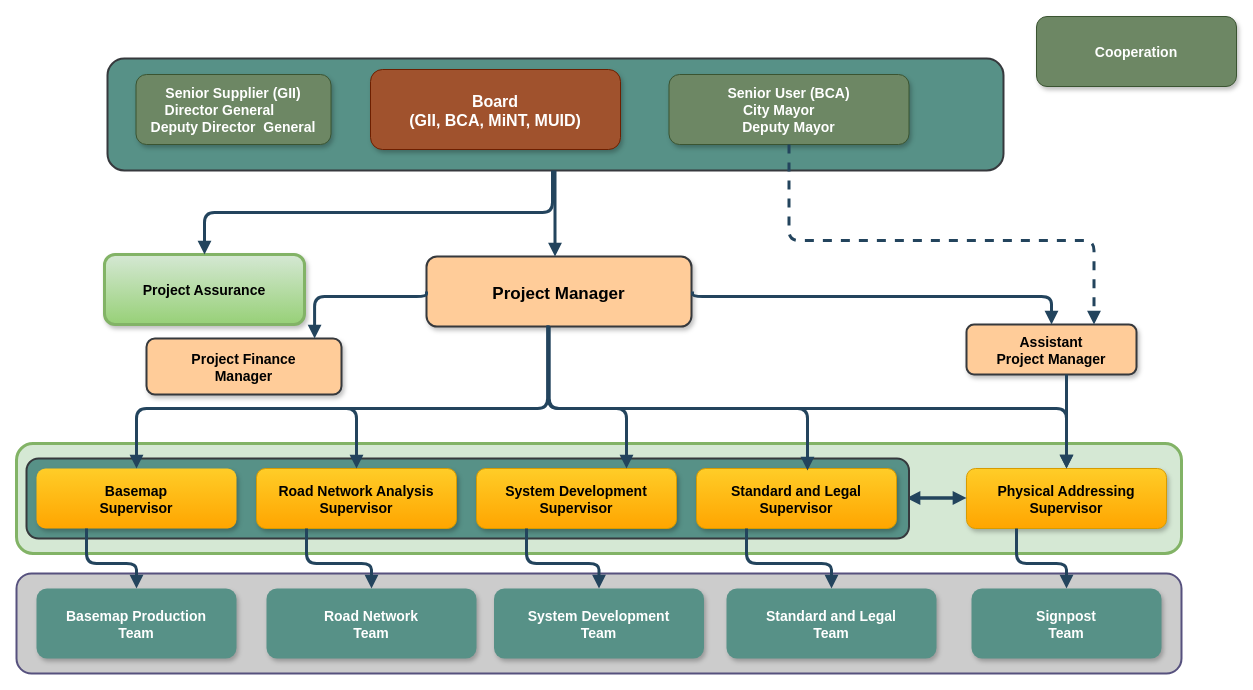
The draw.io diagram page "Page-2" (2 of 3) of Untitled Diagram.drawio in abersh/Devops_Engineer, before the edit. Source tidied: cells renumbered, new cells numbered last; positions are measured from the earlier drawing's top-left corner, leaving out a move shared by most shapes. Both pictures are drawn from the tidied source at 100%, with x=0, y=0 at pixel (-24, 16).
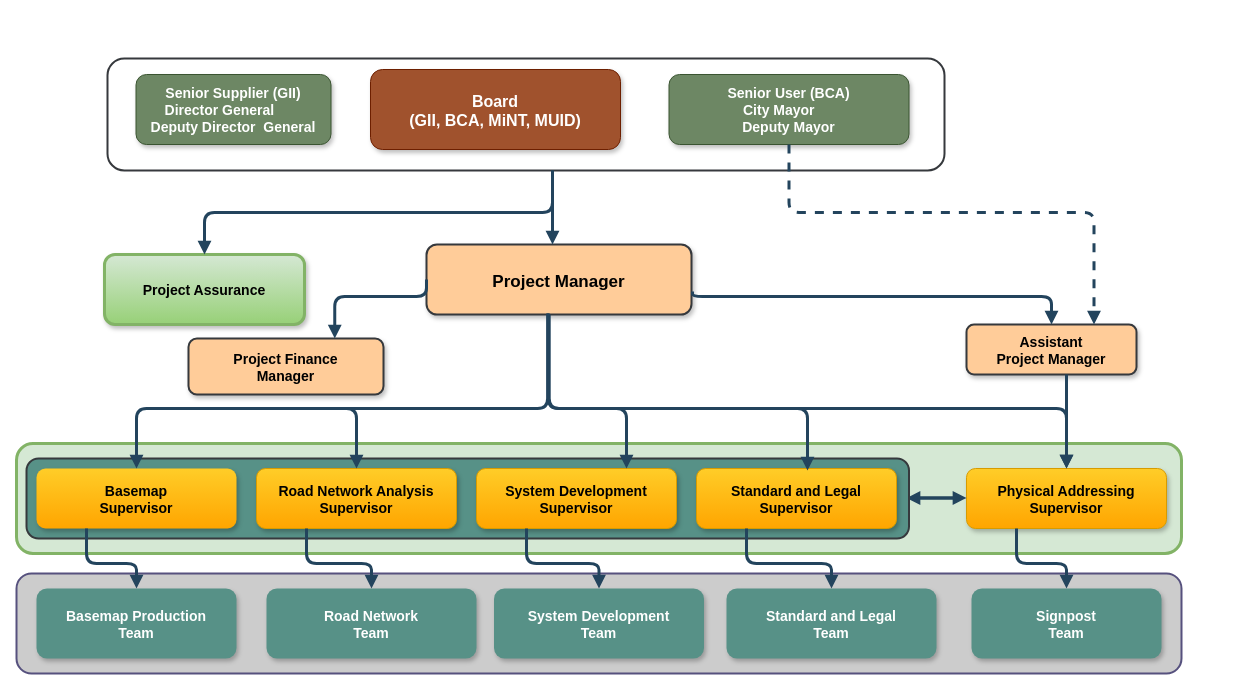
The same page after the edit.

The change refers to these unchanged cells:
```xml
<mxCell id="4" value="Assistant &#10;Project Manager " style="rounded=1;fillColor=#ffcc99;strokeColor=#36393d;shadow=1;fontStyle=1;fontSize=14;strokeWidth=2;" parent="1" vertex="1">
  <mxGeometry x="990" y="308" width="170" height="50" as="geometry" />
</mxCell>
<mxCell id="34" value="Senior User (BCA)&#10;City Mayor      &#10;Deputy Mayor" style="rounded=1;fillColor=#6d8764;strokeColor=#3A5431;shadow=1;fontStyle=1;fontSize=14;fontColor=#ffffff;" parent="1" vertex="1">
  <mxGeometry x="692.5" y="58" width="240" height="70" as="geometry" />
</mxCell>
```

Diff of the diagram source:
```diff
@@
     <mxCell id="2" value="Project Manager " style="rounded=1;fillColor=#ffcc99;strokeColor=#36393d;shadow=1;fontStyle=1;fontSize=17;strokeWidth=2;" parent="1" vertex="1">
-      <mxGeometry x="450" y="240" width="265" height="70" as="geometry" />
+      <mxGeometry x="450" y="228" width="265" height="70" as="geometry" />
     </mxCell>
-    <mxCell id="3" value="Cooperation" style="rounded=1;fillColor=#6d8764;strokeColor=#3A5431;shadow=1;fontStyle=1;fontSize=14;fontColor=#ffffff;" parent="1" vertex="1">
-      <mxGeometry x="1060" width="200" height="70" as="geometry" />
-    </mxCell>
@@
-    <mxCell id="32" style="rounded=1;whiteSpace=wrap;html=1;labelBackgroundColor=default;fontSize=16;fillColor=#579187;strokeColor=#36393d;strokeWidth=2;" parent="1" vertex="1">
-      <mxGeometry x="131" y="42" width="896" height="112" as="geometry" />
+    <mxCell id="32" style="rounded=1;whiteSpace=wrap;html=1;labelBackgroundColor=default;fontSize=16;fillColor=#FFFFFF;strokeColor=#36393d;strokeWidth=2;" parent="1" vertex="1">
+      <mxGeometry x="131" y="42" width="837" height="112" as="geometry" />
     </mxCell>
     <mxCell id="33" value="Project Finance &#10;Manager " style="rounded=1;fillColor=#ffcc99;strokeColor=#36393d;shadow=1;fontStyle=1;fontSize=14;strokeWidth=2;" parent="1" vertex="1">
-      <mxGeometry x="170" y="322" width="195" height="56" as="geometry" />
+      <mxGeometry x="212" y="322" width="195" height="56" as="geometry" />
     </mxCell>
@@
     <mxCell id="37" style="edgeStyle=elbowEdgeStyle;elbow=vertical;strokeWidth=3;endArrow=block;endFill=1;fontStyle=1;dashed=1;strokeColor=#23445D;exitX=0.5;exitY=1;exitDx=0;exitDy=0;entryX=0.75;entryY=0;entryDx=0;entryDy=0;" parent="1" edge="1" source="34" target="4">
       <mxGeometry x="398" y="336.5" as="geometry">
         <Array as="points">
-          <mxPoint x="1108" y="224" />
+          <mxPoint x="954" y="196" />
           <mxPoint x="1038" y="182" />
           <mxPoint x="1444" y="168" />
           <mxPoint x="1430" y="168" />
           <mxPoint x="1374" y="168" />
           <mxPoint x="1556" y="112" />
           <mxPoint x="1466" y="112" />
           <mxPoint x="1476" y="42" />
           <mxPoint x="1536" y="12" />
           <mxPoint x="1346" y="112" />
           <mxPoint x="1356" y="102" />
           <mxPoint x="1686" y="92" />
           <mxPoint x="1676" y="102" />
           <mxPoint x="1806" y="247" />
           <mxPoint x="1756" y="247" />
           <mxPoint x="1626" y="247" />
         </Array>
       </mxGeometry>
     </mxCell>
-    <mxCell id="38" value="Project Assurance" style="rounded=1;fillColor=#d5e8d4;strokeColor=#82b366;shadow=1;fontStyle=1;fontSize=14;gradientColor=#97d077;strokeWidth=3;" parent="1" vertex="1">
+    <mxCell id="38" value="Project Assurance" style="rounded=1;fillColor=#D5E8D4;strokeColor=#82b366;shadow=1;fontStyle=1;fontSize=14;gradientColor=#97d077;strokeWidth=3;" parent="1" vertex="1">
       <mxGeometry x="128" y="238" width="200" height="70" as="geometry" />
     </mxCell>
     <mxCell id="39" style="edgeStyle=elbowEdgeStyle;elbow=vertical;strokeWidth=3;endArrow=block;endFill=1;fontStyle=1;strokeColor=#23445D;entryX=0.5;entryY=0;entryDx=0;entryDy=0;" parent="1" edge="1" target="38">
       <mxGeometry x="-211.2" y="122.5" as="geometry">
         <mxPoint x="576" y="154" as="sourcePoint" />
         <Array as="points">
+          <mxPoint x="408" y="196" />
+          <mxPoint x="408" y="196" />
           <mxPoint x="450" y="196" />
         </Array>
       </mxGeometry>
     </mxCell>
-    <mxCell id="40" style="edgeStyle=elbowEdgeStyle;elbow=vertical;strokeWidth=3;endArrow=block;endFill=1;fontStyle=1;strokeColor=#23445D;entryX=0.862;entryY=0;entryDx=0;entryDy=0;entryPerimeter=0;exitX=0;exitY=0.5;exitDx=0;exitDy=0;" parent="1" edge="1" source="2" target="33">
+    <mxCell id="40" style="edgeStyle=elbowEdgeStyle;elbow=vertical;strokeWidth=3;endArrow=block;endFill=1;fontStyle=1;strokeColor=#23445D;entryX=0.75;entryY=0;entryDx=0;entryDy=0;exitX=0;exitY=0.5;exitDx=0;exitDy=0;" parent="1" edge="1" source="2" target="33">
       <mxGeometry x="-666" y="400.5" as="geometry">
         <Array as="points">
           <mxPoint x="394" y="280" />
           <mxPoint x="312" y="252" />
           <mxPoint x="52" y="471" />
           <mxPoint x="52" y="461" />
           <mxPoint x="52" y="441" />
           <mxPoint x="22" y="481" />
           <mxPoint x="82" y="461" />
           <mxPoint x="112" y="471" />
           <mxPoint x="22" y="521" />
           <mxPoint x="62" y="561" />
           <mxPoint x="62" y="501" />
           <mxPoint x="112" y="441" />
           <mxPoint x="214" y="706.5" />
         </Array>
       </mxGeometry>
     </mxCell>
     <mxCell id="41" style="edgeStyle=elbowEdgeStyle;elbow=vertical;strokeWidth=3;endArrow=block;endFill=1;fontStyle=1;strokeColor=#23445D;entryX=0.5;entryY=0;entryDx=0;entryDy=0;" parent="1" edge="1">
-      <mxGeometry x="-339.5" y="363.5" as="geometry">
-        <mxPoint x="578.5" y="154" as="sourcePoint" />
-        <mxPoint x="578.5" y="240" as="targetPoint" />
+      <mxGeometry x="-342" y="351.5" as="geometry">
+        <mxPoint x="576" y="154" as="sourcePoint" />
+        <mxPoint x="576" y="228" as="targetPoint" />
         <Array as="points">
-          <mxPoint x="578.5" y="234" />
-          <mxPoint x="398.5" y="374" />
-          <mxPoint x="378.5" y="434" />
-          <mxPoint x="378.5" y="424" />
-          <mxPoint x="378.5" y="404" />
-          <mxPoint x="348.5" y="444" />
-          <mxPoint x="408.5" y="424" />
-          <mxPoint x="438.5" y="434" />
-          <mxPoint x="348.5" y="484" />
-          <mxPoint x="388.5" y="524" />
-          <mxPoint x="388.5" y="464" />
-          <mxPoint x="438.5" y="404" />
-          <mxPoint x="540.5" y="669.5" />
+          <mxPoint x="576" y="222" />
+          <mxPoint x="396" y="362" />
+          <mxPoint x="376" y="422" />
+          <mxPoint x="376" y="412" />
+          <mxPoint x="376" y="392" />
+          <mxPoint x="346" y="432" />
+          <mxPoint x="406" y="412" />
+          <mxPoint x="436" y="422" />
+          <mxPoint x="346" y="472" />
+          <mxPoint x="386" y="512" />
+          <mxPoint x="386" y="452" />
+          <mxPoint x="436" y="392" />
+          <mxPoint x="538" y="657.5" />
         </Array>
       </mxGeometry>
     </mxCell>
```
